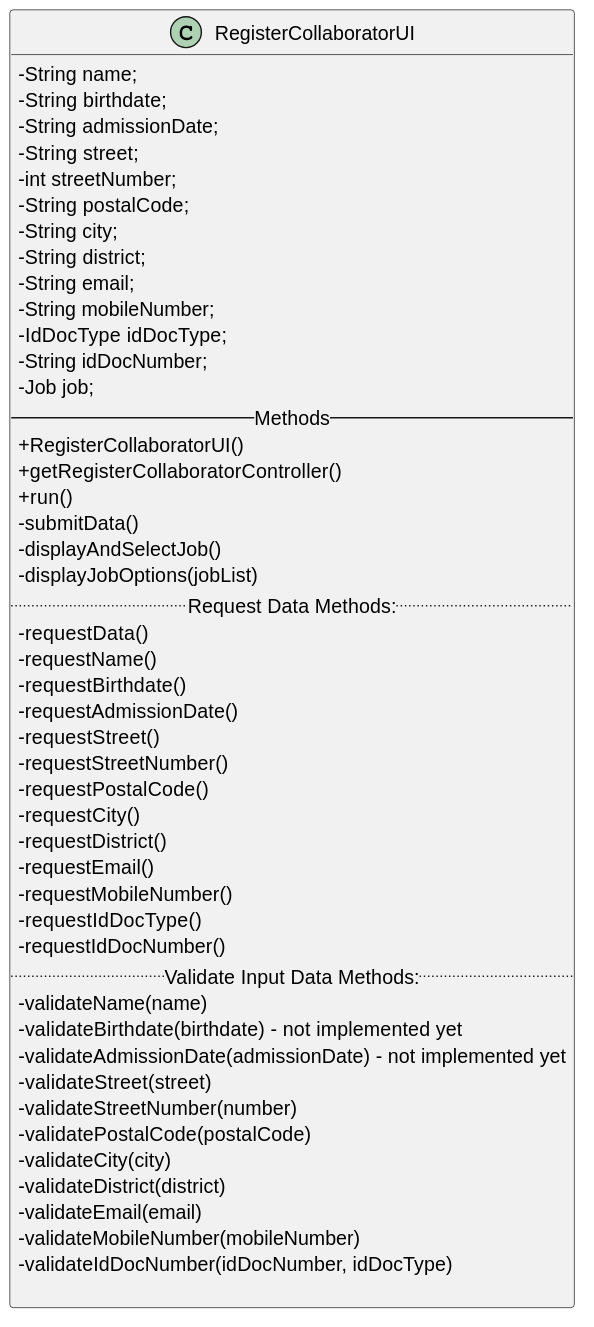
The PlantUML diagram docs/sprintB/us003/03.design/svg/us003-class-diagram-register-collaborator-ui.svg in Rui-San/LAPR2_2023_2024, before a commit.
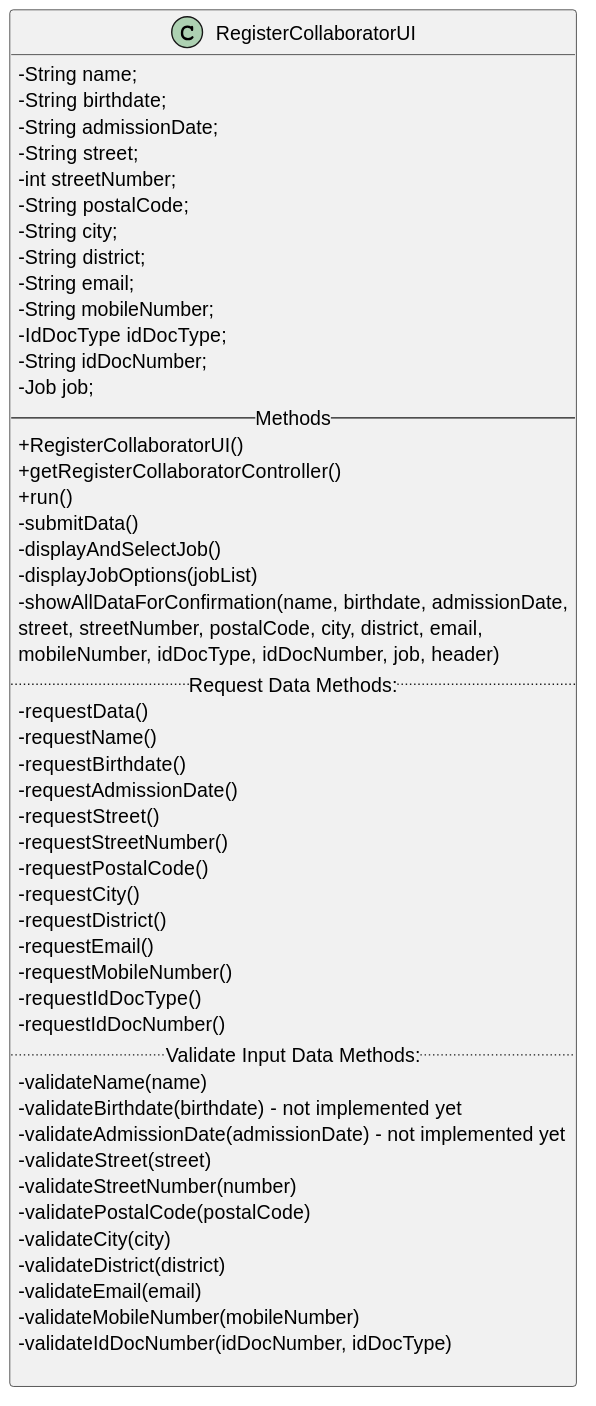
After the change.

Commit message:
Register collaborator UI update - added method to show all data before submiting, so user can accept/reject (according to sequence diagram)

Change to the diagram source:
```diff
@@ -26,6 +26,7 @@
     - submitData()
     - displayAndSelectJob()
     - displayJobOptions(jobList)
+    - showAllDataForConfirmation(name, birthdate, admissionDate,\nstreet, streetNumber, postalCode, city, district, email,\nmobileNumber, idDocType, idDocNumber, job, header)
     .. Request Data Methods: ..
     - requestData()
     - requestName()
```
